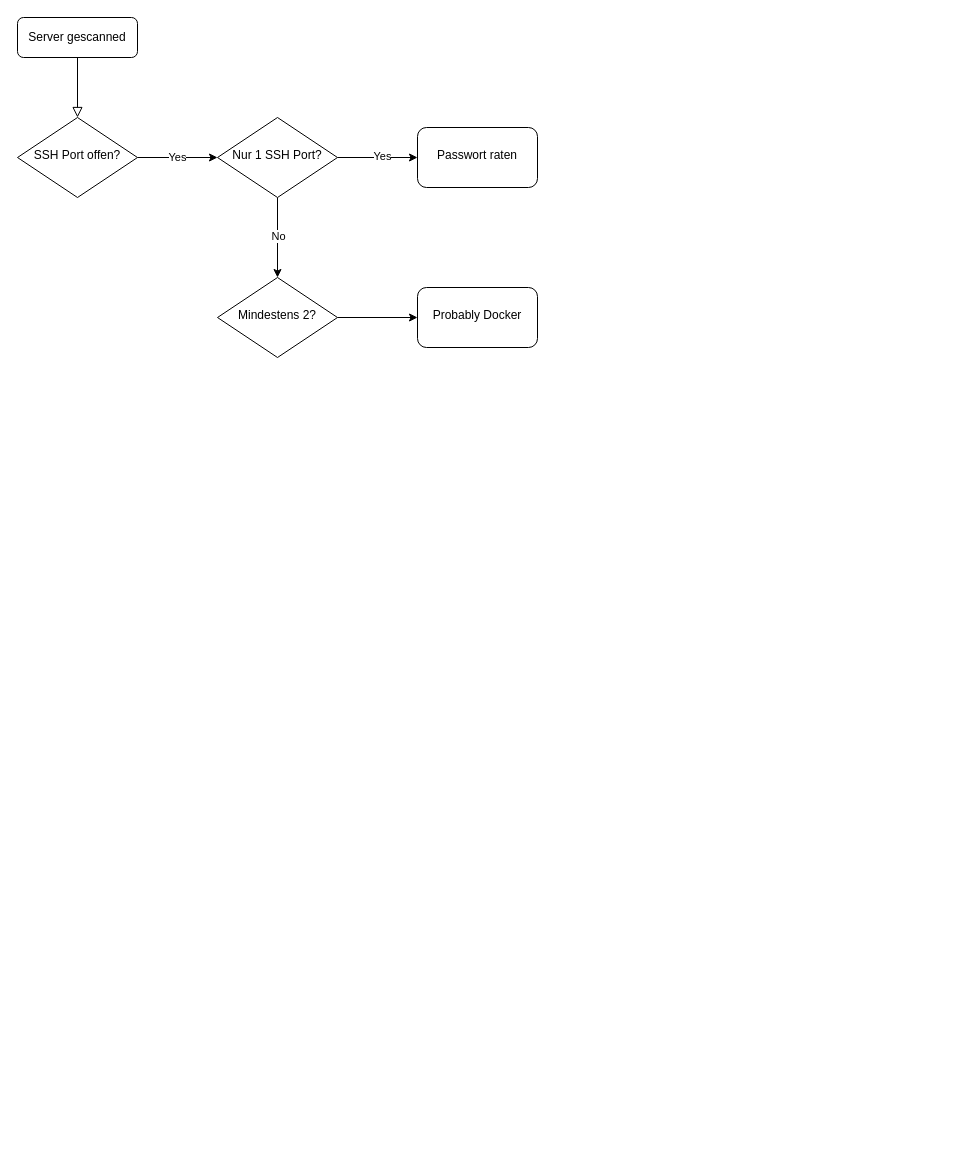
Above: ProblemSolvingFlowchart.drawio in HendrikHigl/cybersecurity-exam (draw.io), before the change. Source tidied: cells renumbered, new cells numbered last; positions are measured from the earlier drawing's top-left corner, leaving out a move shared by most shapes. Both pictures are drawn from the tidied source at 100%, with x=0, y=0 at pixel (17, 17).
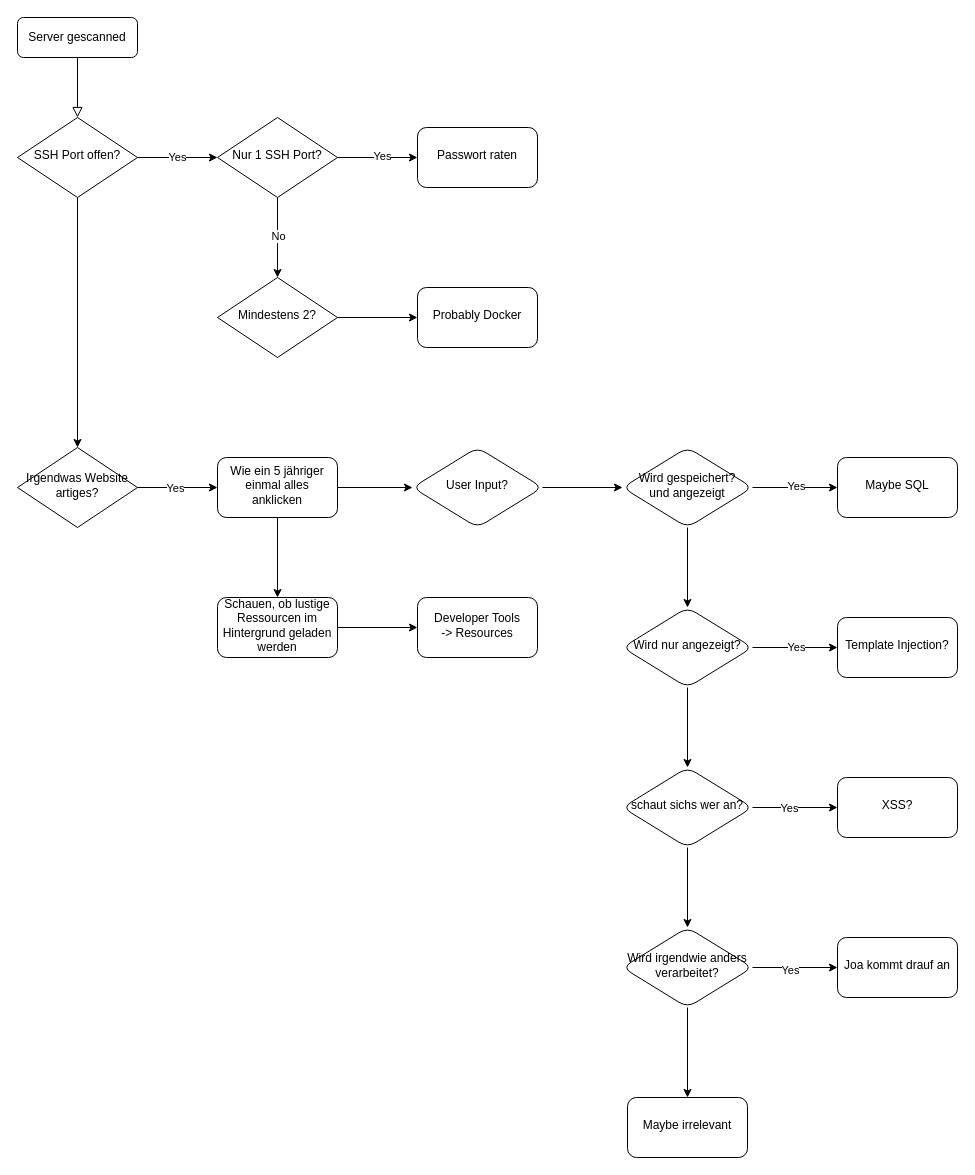
Above is the later version.

Unchanged cells that the change refers to:
```xml
<mxCell id="5" value="SSH Port offen?" style="rhombus;whiteSpace=wrap;html=1;shadow=0;fontFamily=Helvetica;fontSize=12;align=center;strokeWidth=1;spacing=6;spacingTop=-4;" parent="1" vertex="1">
  <mxGeometry y="100" width="120" height="80" as="geometry" />
</mxCell>
```

Change to the diagram source:
```diff
@@
+    <mxCell id="15" style="edgeStyle=orthogonalEdgeStyle;rounded=0;jettySize=auto;html=1;" parent="1" edge="1" source="5" target="18">
+      <mxGeometry relative="1" as="geometry" />
+    </mxCell>
@@
+    <mxCell id="16" style="edgeStyle=orthogonalEdgeStyle;rounded=0;jettySize=auto;html=1;" parent="1" edge="1" source="18" target="21">
+      <mxGeometry relative="1" as="geometry" />
+    </mxCell>
+    <mxCell id="17" value="Yes" style="edgeLabel;html=1;align=center;verticalAlign=middle;" parent="16" vertex="1">
+      <mxGeometry x="-0.07" y="-2" relative="1" as="geometry">
+        <mxPoint y="-2" as="offset" />
+      </mxGeometry>
+    </mxCell>
+    <mxCell id="18" value="Irgendwas Website&lt;div&gt;artiges?&lt;/div&gt;" style="rhombus;whiteSpace=wrap;html=1;shadow=0;fontFamily=Helvetica;fontSize=12;align=center;strokeWidth=1;spacing=6;spacingTop=-4;" parent="1" vertex="1">
+      <mxGeometry y="430" width="120" height="80" as="geometry" />
+    </mxCell>
+    <mxCell id="19" style="edgeStyle=orthogonalEdgeStyle;rounded=0;jettySize=auto;html=1;" parent="1" edge="1" source="21" target="23">
+      <mxGeometry relative="1" as="geometry" />
+    </mxCell>
+    <mxCell id="20" style="edgeStyle=orthogonalEdgeStyle;rounded=0;jettySize=auto;html=1;" parent="1" edge="1" source="21" target="35">
+      <mxGeometry relative="1" as="geometry" />
+    </mxCell>
+    <mxCell id="21" value="Wie ein 5 jähriger einmal alles anklicken" style="rounded=1;whiteSpace=wrap;html=1;shadow=0;strokeWidth=1;spacing=6;spacingTop=-4;" parent="1" vertex="1">
+      <mxGeometry x="200" y="440" width="120" height="60" as="geometry" />
+    </mxCell>
+    <mxCell id="22" style="edgeStyle=orthogonalEdgeStyle;rounded=0;jettySize=auto;html=1;" parent="1" edge="1" source="23" target="27">
+      <mxGeometry relative="1" as="geometry" />
+    </mxCell>
+    <mxCell id="23" value="User Input?" style="rhombus;whiteSpace=wrap;html=1;rounded=1;shadow=0;strokeWidth=1;spacing=6;spacingTop=-4;" parent="1" vertex="1">
+      <mxGeometry x="395" y="430" width="130" height="80" as="geometry" />
+    </mxCell>
+    <mxCell id="24" style="edgeStyle=orthogonalEdgeStyle;rounded=0;jettySize=auto;html=1;" parent="1" edge="1" source="27" target="28">
+      <mxGeometry relative="1" as="geometry" />
+    </mxCell>
+    <mxCell id="25" value="Yes" style="edgeLabel;html=1;align=center;verticalAlign=middle;" parent="24" vertex="1">
+      <mxGeometry x="0.01" y="2" relative="1" as="geometry" />
+    </mxCell>
+    <mxCell id="26" style="edgeStyle=orthogonalEdgeStyle;rounded=0;jettySize=auto;html=1;" parent="1" edge="1" source="27" target="32">
+      <mxGeometry relative="1" as="geometry" />
+    </mxCell>
+    <mxCell id="27" value="Wird gespeichert?&lt;div&gt;und angezeigt&lt;/div&gt;" style="rhombus;whiteSpace=wrap;html=1;rounded=1;shadow=0;strokeWidth=1;spacing=6;spacingTop=-4;" parent="1" vertex="1">
+      <mxGeometry x="605" y="430" width="130" height="80" as="geometry" />
+    </mxCell>
+    <mxCell id="28" value="Maybe SQL" style="rounded=1;whiteSpace=wrap;html=1;shadow=0;strokeWidth=1;spacing=6;spacingTop=-4;" parent="1" vertex="1">
+      <mxGeometry x="820" y="440" width="120" height="60" as="geometry" />
+    </mxCell>
+    <mxCell id="29" style="edgeStyle=orthogonalEdgeStyle;rounded=0;jettySize=auto;html=1;" parent="1" edge="1" source="32" target="33">
+      <mxGeometry relative="1" as="geometry" />
+    </mxCell>
+    <mxCell id="30" value="Yes" style="edgeLabel;html=1;align=center;verticalAlign=middle;" parent="29" vertex="1">
+      <mxGeometry x="0.01" y="1" relative="1" as="geometry" />
+    </mxCell>
+    <mxCell id="31" style="edgeStyle=orthogonalEdgeStyle;rounded=0;jettySize=auto;html=1;" parent="1" edge="1" source="32" target="39">
+      <mxGeometry relative="1" as="geometry" />
+    </mxCell>
+    <mxCell id="32" value="Wird nur angezeigt?" style="rhombus;whiteSpace=wrap;html=1;rounded=1;shadow=0;strokeWidth=1;spacing=6;spacingTop=-4;" parent="1" vertex="1">
+      <mxGeometry x="605" y="590" width="130" height="80" as="geometry" />
+    </mxCell>
+    <mxCell id="33" value="Template Injection?" style="rounded=1;whiteSpace=wrap;html=1;shadow=0;strokeWidth=1;spacing=6;spacingTop=-4;" parent="1" vertex="1">
+      <mxGeometry x="820" y="600" width="120" height="60" as="geometry" />
+    </mxCell>
+    <mxCell id="34" style="edgeStyle=orthogonalEdgeStyle;rounded=0;jettySize=auto;html=1;" parent="1" edge="1" source="35" target="47">
+      <mxGeometry relative="1" as="geometry" />
+    </mxCell>
+    <mxCell id="35" value="Schauen, ob lustige Ressourcen im Hintergrund geladen werden" style="rounded=1;whiteSpace=wrap;html=1;shadow=0;strokeWidth=1;spacing=6;spacingTop=-4;" parent="1" vertex="1">
+      <mxGeometry x="200" y="580" width="120" height="60" as="geometry" />
+    </mxCell>
+    <mxCell id="36" style="edgeStyle=orthogonalEdgeStyle;rounded=0;jettySize=auto;html=1;" parent="1" edge="1" source="39" target="40">
+      <mxGeometry relative="1" as="geometry" />
+    </mxCell>
+    <mxCell id="37" value="Yes" style="edgeLabel;html=1;align=center;verticalAlign=middle;" parent="36" vertex="1">
+      <mxGeometry x="0.17" y="-2" relative="1" as="geometry">
+        <mxPoint x="-14" y="-2" as="offset" />
+      </mxGeometry>
+    </mxCell>
+    <mxCell id="38" style="edgeStyle=orthogonalEdgeStyle;rounded=0;jettySize=auto;html=1;" parent="1" edge="1" source="39" target="44">
+      <mxGeometry relative="1" as="geometry" />
+    </mxCell>
+    <mxCell id="39" value="schaut sichs wer an?" style="rhombus;whiteSpace=wrap;html=1;rounded=1;shadow=0;strokeWidth=1;spacing=6;spacingTop=-4;" parent="1" vertex="1">
+      <mxGeometry x="605" y="750" width="130" height="80" as="geometry" />
+    </mxCell>
+    <mxCell id="40" value="XSS?" style="rounded=1;whiteSpace=wrap;html=1;shadow=0;strokeWidth=1;spacing=6;spacingTop=-4;" parent="1" vertex="1">
+      <mxGeometry x="820" y="760" width="120" height="60" as="geometry" />
+    </mxCell>
+    <mxCell id="41" style="edgeStyle=orthogonalEdgeStyle;rounded=0;jettySize=auto;html=1;" parent="1" edge="1" source="44" target="45">
+      <mxGeometry relative="1" as="geometry" />
+    </mxCell>
+    <mxCell id="42" value="Yes" style="edgeLabel;html=1;align=center;verticalAlign=middle;" parent="41" vertex="1">
+      <mxGeometry x="-0.13" y="-2" relative="1" as="geometry" />
+    </mxCell>
+    <mxCell id="43" style="edgeStyle=orthogonalEdgeStyle;rounded=0;jettySize=auto;html=1;" parent="1" edge="1" source="44" target="46">
+      <mxGeometry relative="1" as="geometry" />
+    </mxCell>
+    <mxCell id="44" value="Wird irgendwie anders verarbeitet?" style="rhombus;whiteSpace=wrap;html=1;rounded=1;shadow=0;strokeWidth=1;spacing=6;spacingTop=-4;" parent="1" vertex="1">
+      <mxGeometry x="605" y="910" width="130" height="80" as="geometry" />
+    </mxCell>
+    <mxCell id="45" value="Joa kommt drauf an" style="whiteSpace=wrap;html=1;rounded=1;shadow=0;strokeWidth=1;spacing=6;spacingTop=-4;" parent="1" vertex="1">
+      <mxGeometry x="820" y="920" width="120" height="60" as="geometry" />
+    </mxCell>
+    <mxCell id="46" value="Maybe irrelevant" style="rounded=1;whiteSpace=wrap;html=1;shadow=0;strokeWidth=1;spacing=6;spacingTop=-4;" parent="1" vertex="1">
+      <mxGeometry x="610" y="1080" width="120" height="60" as="geometry" />
+    </mxCell>
+    <mxCell id="47" value="Developer Tools&lt;div&gt;-&amp;gt; Resources&lt;/div&gt;" style="rounded=1;whiteSpace=wrap;html=1;shadow=0;strokeWidth=1;spacing=6;spacingTop=-4;" parent="1" vertex="1">
+      <mxGeometry x="400" y="580" width="120" height="60" as="geometry" />
+    </mxCell>
```
